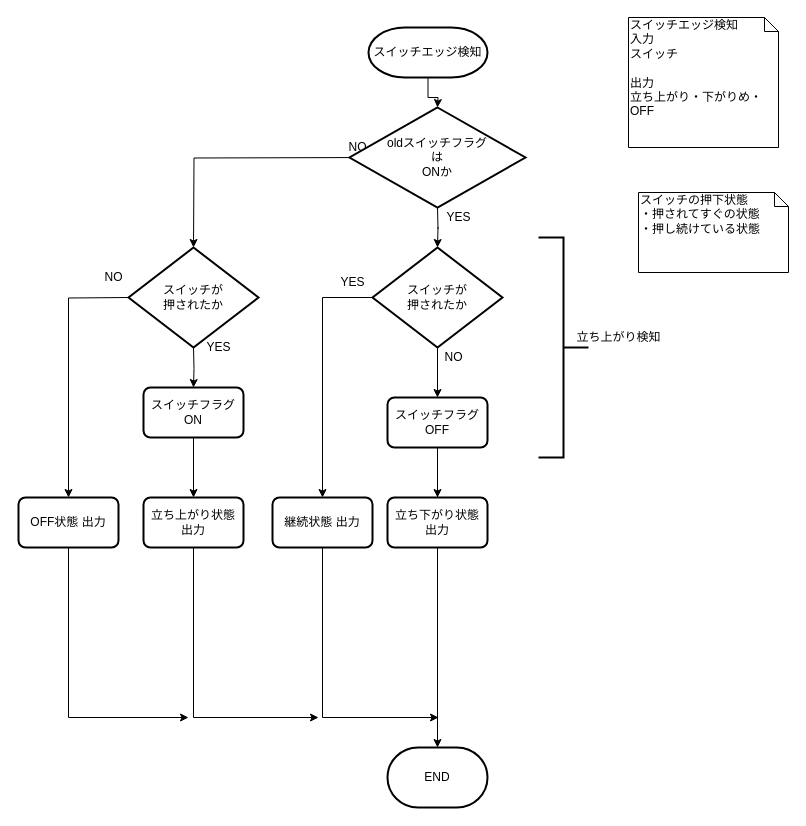
The draw.io diagram page "エッジ検知" (6 of 9) of 資料/設計/フローチャート/InputClass/flowchart_InputClassv0.3.drawio in hakohumi/comp.Kitchen_Timer, before the edit. Source tidied: cells renumbered, new cells numbered last; positions are measured from the earlier drawing's top-left corner, leaving out a move shared by most shapes. Both pictures are drawn from the tidied source at 100%, with x=0, y=0 at pixel (18, 17).
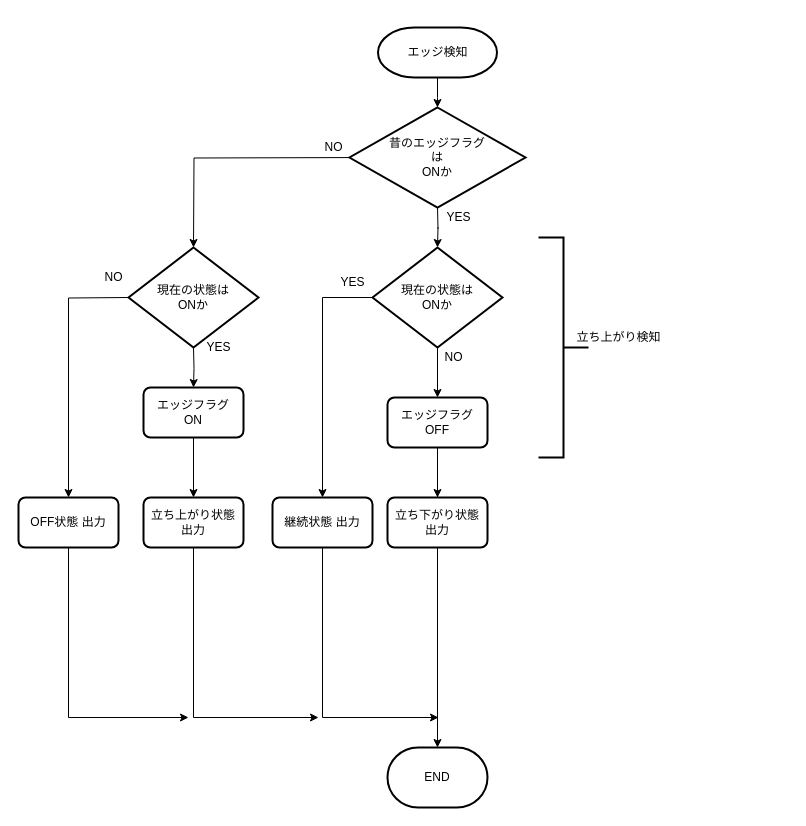
The same page after the edit.

Change to the diagram source:
```diff
@@
-    <mxCell id="3" value="スイッチエッジ検知" style="strokeWidth=2;html=1;shape=mxgraph.flowchart.terminator;whiteSpace=wrap;" parent="1" vertex="1">
-      <mxGeometry x="350" y="10" width="119" height="50" as="geometry" />
+    <mxCell id="3" value="エッジ検知" style="strokeWidth=2;html=1;shape=mxgraph.flowchart.terminator;whiteSpace=wrap;" parent="1" vertex="1">
+      <mxGeometry x="359.5" y="10" width="119" height="50" as="geometry" />
     </mxCell>
-    <mxCell id="4" value="スイッチの押下状態&lt;br&gt;・押されてすぐの状態&lt;br&gt;・押し続けている状態" style="shape=note;whiteSpace=wrap;html=1;size=14;verticalAlign=top;align=left;spacingTop=-6;" parent="1" vertex="1">
-      <mxGeometry x="620" y="175" width="150" height="80" as="geometry" />
-    </mxCell>
@@
-    <mxCell id="18" value="スイッチフラグ OFF" style="rounded=1;whiteSpace=wrap;html=1;absoluteArcSize=1;arcSize=14;strokeWidth=2;" parent="1" vertex="1">
+    <mxCell id="18" value="エッジフラグ OFF" style="rounded=1;whiteSpace=wrap;html=1;absoluteArcSize=1;arcSize=14;strokeWidth=2;" parent="1" vertex="1">
       <mxGeometry x="369" y="380" width="100" height="50" as="geometry" />
     </mxCell>
@@
     <mxCell id="20" value="NO" style="text;html=1;align=center;verticalAlign=middle;" parent="1" vertex="1">
-      <mxGeometry x="324" y="120" width="30" height="20" as="geometry" />
+      <mxGeometry x="300" y="120" width="30" height="20" as="geometry" />
     </mxCell>
@@
-    <mxCell id="29" value="スイッチフラグ&lt;br&gt;ON" style="rounded=1;whiteSpace=wrap;html=1;absoluteArcSize=1;arcSize=14;strokeWidth=2;" parent="1" vertex="1">
+    <mxCell id="29" value="エッジフラグ&lt;br&gt;ON" style="rounded=1;whiteSpace=wrap;html=1;absoluteArcSize=1;arcSize=14;strokeWidth=2;" parent="1" vertex="1">
       <mxGeometry x="125" y="370" width="100" height="50" as="geometry" />
     </mxCell>
-    <mxCell id="30" value="スイッチが&lt;br&gt;押されたか" style="strokeWidth=2;html=1;shape=mxgraph.flowchart.decision;whiteSpace=wrap;" parent="1" vertex="1">
+    <mxCell id="30" value="現在の状態は&lt;br&gt;ONか" style="strokeWidth=2;html=1;shape=mxgraph.flowchart.decision;whiteSpace=wrap;" parent="1" vertex="1">
       <mxGeometry x="354" y="230" width="130" height="100" as="geometry" />
     </mxCell>
-    <mxCell id="31" value="oldスイッチフラグ&lt;br&gt;は&lt;br&gt;ONか" style="strokeWidth=2;html=1;shape=mxgraph.flowchart.decision;whiteSpace=wrap;" parent="1" vertex="1">
+    <mxCell id="31" value="昔のエッジフラグ&lt;br&gt;は&lt;br&gt;ONか" style="strokeWidth=2;html=1;shape=mxgraph.flowchart.decision;whiteSpace=wrap;" parent="1" vertex="1">
       <mxGeometry x="331" y="90" width="176" height="100" as="geometry" />
     </mxCell>
-    <mxCell id="32" value="スイッチが&lt;br&gt;押されたか" style="strokeWidth=2;html=1;shape=mxgraph.flowchart.decision;whiteSpace=wrap;" parent="1" vertex="1">
+    <mxCell id="32" value="現在の状態は&lt;br&gt;ONか" style="strokeWidth=2;html=1;shape=mxgraph.flowchart.decision;whiteSpace=wrap;" parent="1" vertex="1">
       <mxGeometry x="110" y="230" width="130" height="100" as="geometry" />
     </mxCell>
@@
-    <mxCell id="36" value="スイッチエッジ検知&lt;br&gt;入力&lt;br&gt;スイッチ&lt;br&gt;&lt;br&gt;出力&lt;br&gt;立ち上がり・下がりめ・OFF" style="shape=note;whiteSpace=wrap;html=1;size=14;verticalAlign=top;align=left;spacingTop=-6;" parent="1" vertex="1">
-      <mxGeometry x="610" width="150" height="130" as="geometry" />
-    </mxCell>
```
